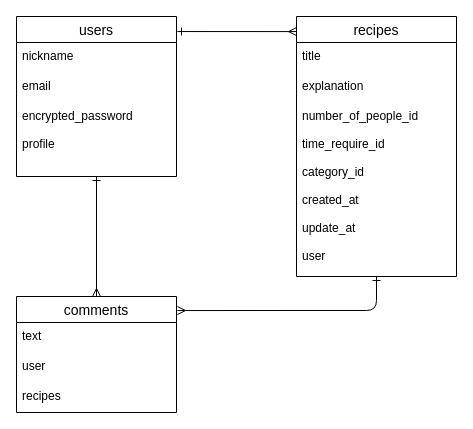
Before: healthy_recipe.dio in na05yuki/healthy_recipe, a draw.io diagram. Source tidied: cells renumbered, new cells numbered last; positions are measured from the earlier drawing's top-left corner, leaving out a move shared by most shapes. Both pictures are drawn from the tidied source at 100%, with x=0, y=0 at pixel (16, 16).
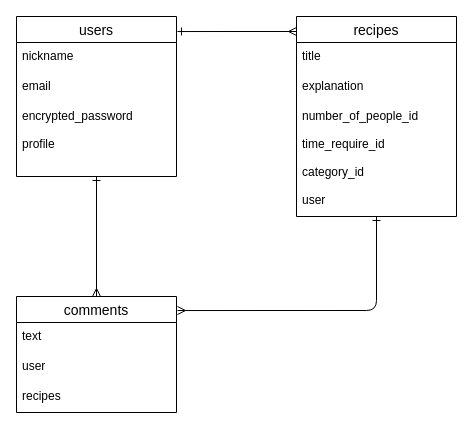
The same diagram, later.

Change to the diagram source:
```diff
@@
 <mxGraphModel>
   <root>
     <mxCell id="0" />
     <mxCell id="1" parent="0" />
-    <mxCell id="2" style="edgeStyle=none;html=1;startArrow=ERone;startFill=0;endArrow=ERmany;endFill=0;exitX=1.006;exitY=0.094;exitDx=0;exitDy=0;exitPerimeter=0;entryX=0;entryY=0.058;entryDx=0;entryDy=0;entryPerimeter=0;" parent="1" edge="1" source="4" target="9">
-      <mxGeometry relative="1" as="geometry" />
+    <mxCell id="2" style="edgeStyle=none;html=1;startArrow=ERone;startFill=0;endArrow=ERmany;endFill=0;exitX=1.006;exitY=0.094;exitDx=0;exitDy=0;exitPerimeter=0;" parent="1" edge="1" source="4">
+      <mxGeometry relative="1" as="geometry">
+        <mxPoint x="280" y="15" as="targetPoint" />
+      </mxGeometry>
     </mxCell>
     <mxCell id="3" style="edgeStyle=none;html=1;entryX=0.5;entryY=0;entryDx=0;entryDy=0;startArrow=ERone;startFill=0;endArrow=ERmany;endFill=0;" parent="1" edge="1" source="4" target="13">
       <mxGeometry relative="1" as="geometry" />
     </mxCell>
     <mxCell id="4" value="users" style="swimlane;fontStyle=0;horizontal=1;startSize=26;align=center;fontSize=14;shadow=0;" parent="1" vertex="1">
       <mxGeometry width="160" height="160" as="geometry" />
     </mxCell>
     <mxCell id="5" value="nickname" style="text;strokeColor=none;fillColor=none;spacingLeft=4;spacingRight=4;overflow=hidden;fontSize=12;shadow=0;" parent="4" vertex="1">
       <mxGeometry y="26" width="160" height="30" as="geometry" />
     </mxCell>
     <mxCell id="6" value="email" style="text;strokeColor=none;fillColor=none;spacingLeft=4;spacingRight=4;overflow=hidden;fontSize=12;shadow=0;" parent="4" vertex="1">
       <mxGeometry y="56" width="160" height="30" as="geometry" />
     </mxCell>
     <mxCell id="7" value="encrypted_password&#10;&#10;profile" style="text;strokeColor=none;fillColor=none;spacingLeft=4;spacingRight=4;overflow=hidden;fontSize=12;shadow=0;" parent="4" vertex="1">
       <mxGeometry y="86" width="160" height="74" as="geometry" />
     </mxCell>
     <mxCell id="8" style="edgeStyle=none;html=1;entryX=1.006;entryY=0.121;entryDx=0;entryDy=0;entryPerimeter=0;startArrow=ERone;startFill=0;endArrow=ERmany;endFill=0;" parent="1" edge="1" source="9" target="13">
       <mxGeometry relative="1" as="geometry">
         <Array as="points">
           <mxPoint x="360" y="294" />
         </Array>
       </mxGeometry>
     </mxCell>
     <mxCell id="9" value="recipes" style="swimlane;fontStyle=0;horizontal=1;startSize=26;align=center;fontSize=14;shadow=0;" parent="1" vertex="1">
-      <mxGeometry x="280" width="160" height="260" as="geometry" />
+      <mxGeometry x="280" width="160" height="200" as="geometry" />
     </mxCell>
     <mxCell id="10" value="title" style="text;strokeColor=none;fillColor=none;spacingLeft=4;spacingRight=4;overflow=hidden;fontSize=12;shadow=0;" parent="9" vertex="1">
       <mxGeometry y="26" width="160" height="30" as="geometry" />
     </mxCell>
     <mxCell id="11" value="explanation" style="text;strokeColor=none;fillColor=none;spacingLeft=4;spacingRight=4;overflow=hidden;fontSize=12;shadow=0;" parent="9" vertex="1">
       <mxGeometry y="56" width="160" height="30" as="geometry" />
     </mxCell>
-    <mxCell id="12" value="number_of_people_id&#10;&#10;time_require_id&#10;&#10;category_id&#10;&#10;created_at&#10;&#10;update_at&#10;&#10;user" style="text;strokeColor=none;fillColor=none;spacingLeft=4;spacingRight=4;overflow=hidden;fontSize=12;shadow=0;" parent="9" vertex="1">
-      <mxGeometry y="86" width="160" height="174" as="geometry" />
+    <mxCell id="12" value="number_of_people_id&#10;&#10;time_require_id&#10;&#10;category_id&#10;&#10;user" style="text;strokeColor=none;fillColor=none;spacingLeft=4;spacingRight=4;overflow=hidden;fontSize=12;shadow=0;" parent="9" vertex="1">
+      <mxGeometry y="86" width="160" height="114" as="geometry" />
     </mxCell>
     <mxCell id="13" value="comments" style="swimlane;fontStyle=0;horizontal=1;startSize=26;align=center;fontSize=14;" parent="1" vertex="1">
       <mxGeometry y="280" width="160" height="116" as="geometry" />
     </mxCell>
     <mxCell id="14" value="text" style="text;strokeColor=none;fillColor=none;spacingLeft=4;spacingRight=4;overflow=hidden;fontSize=12;" parent="13" vertex="1">
       <mxGeometry y="26" width="160" height="30" as="geometry" />
     </mxCell>
     <mxCell id="15" value="user" style="text;strokeColor=none;fillColor=none;spacingLeft=4;spacingRight=4;overflow=hidden;fontSize=12;" parent="13" vertex="1">
       <mxGeometry y="56" width="160" height="30" as="geometry" />
     </mxCell>
     <mxCell id="16" value="recipes" style="text;strokeColor=none;fillColor=none;spacingLeft=4;spacingRight=4;overflow=hidden;fontSize=12;" parent="13" vertex="1">
       <mxGeometry y="86" width="160" height="30" as="geometry" />
     </mxCell>
   </root>
 </mxGraphModel>
```
